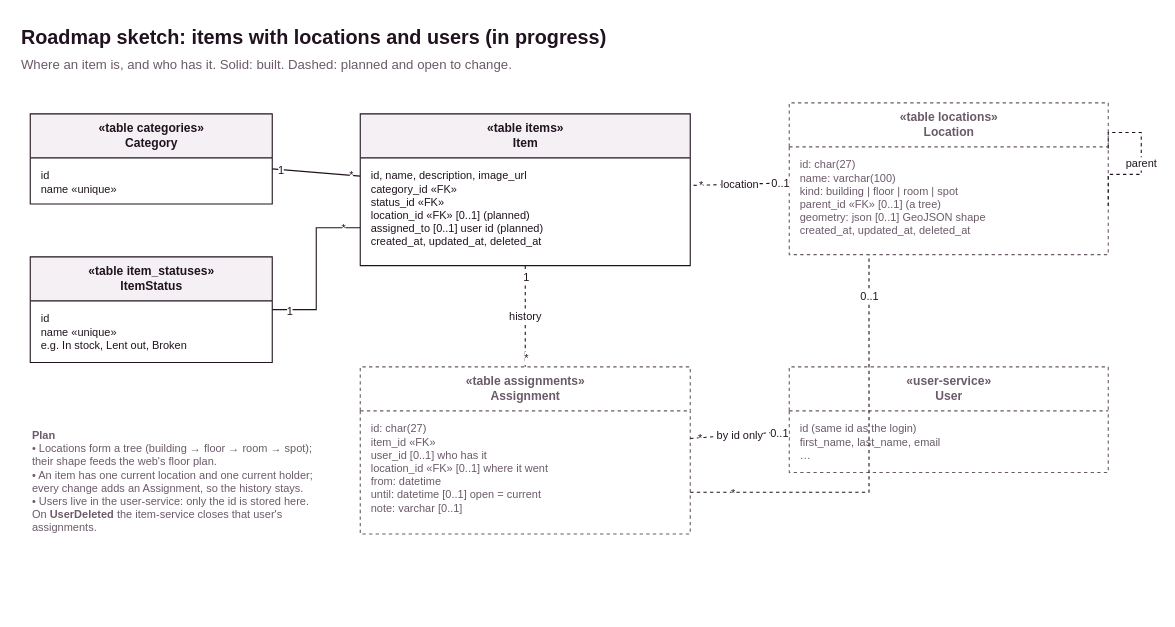
Earlier version of the draw.io diagram page "Roadmap sketch" (3 of 5) of services/item-service/docs/item-service.drawio (jochem11/inventory-manager). Source tidied: cells renumbered, new cells numbered last; positions are measured from the earlier drawing's top-left corner, leaving out a move shared by most shapes. Both pictures are drawn from the tidied source at 110%, with x=0, y=0 at pixel (19, 19).
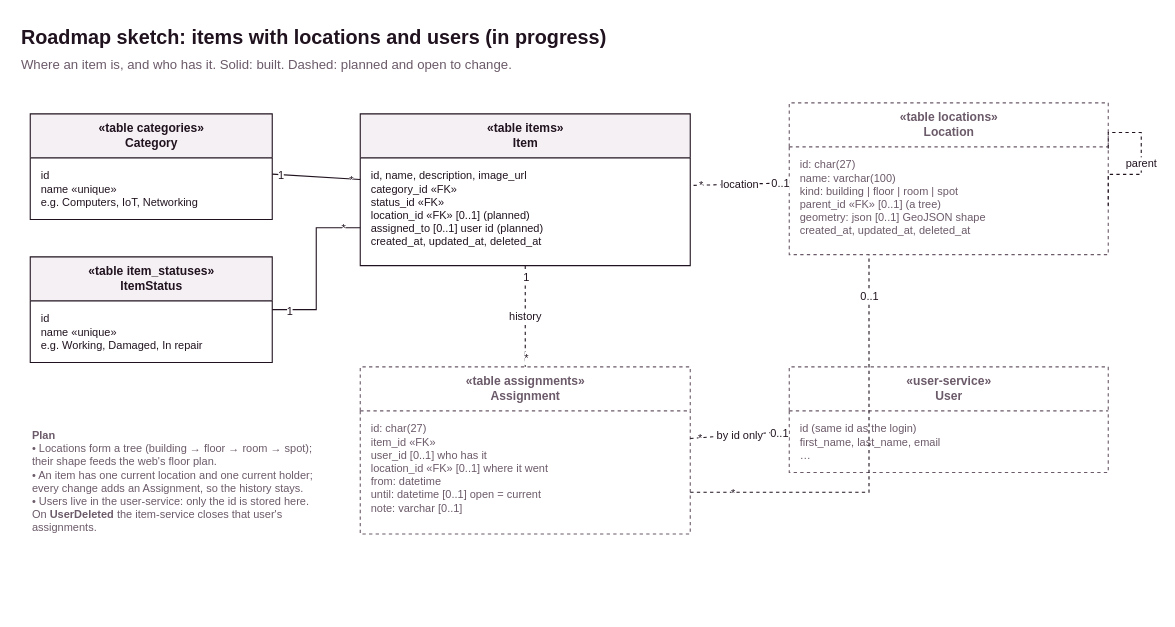
Above is the later version.

The change refers to these unchanged cells:
```xml
<mxCell id="3" value="«table item_statuses»&lt;br&gt;&lt;b&gt;ItemStatus&lt;/b&gt;" style="swimlane;html=1;startSize=40;fillColor=#f5f0f4;strokeColor=#20131f;fontSize=11;fontColor=#20131f;horizontal=1;swimlaneFillColor=#ffffff;fontFamily=Helvetica;" parent="1" vertex="1">
  <mxGeometry x="10" y="216" width="220" height="96" as="geometry" />
</mxCell>
```

Change to the diagram source:
```diff
@@
     <mxCell id="2" value="«table categories»&lt;br&gt;&lt;b&gt;Category&lt;/b&gt;" style="swimlane;html=1;startSize=40;fillColor=#f5f0f4;strokeColor=#20131f;fontSize=11;fontColor=#20131f;horizontal=1;swimlaneFillColor=#ffffff;fontFamily=Helvetica;" parent="1" vertex="1">
-      <mxGeometry x="10" y="86" width="220" height="82" as="geometry" />
+      <mxGeometry x="10" y="86" width="220" height="96" as="geometry" />
     </mxCell>
@@
-    <mxCell id="8" value="id&lt;br&gt;name  «unique»" style="text;html=1;align=left;verticalAlign=top;spacingLeft=8;spacingTop=4;fontSize=10;fontColor=#20131f;whiteSpace=wrap;fontFamily=Helvetica;" parent="2" vertex="1">
-      <mxGeometry y="40" width="220" height="42" as="geometry" />
+    <mxCell id="8" value="id&lt;br&gt;name  «unique»&lt;br&gt;e.g. Computers, IoT, Networking" style="text;html=1;align=left;verticalAlign=top;spacingLeft=8;spacingTop=4;fontSize=10;fontColor=#20131f;whiteSpace=wrap;fontFamily=Helvetica;" parent="2" vertex="1">
+      <mxGeometry y="40" width="220" height="56" as="geometry" />
     </mxCell>
-    <mxCell id="9" value="id&lt;br&gt;name  «unique»&lt;br&gt;e.g. In stock, Lent out, Broken" style="text;html=1;align=left;verticalAlign=top;spacingLeft=8;spacingTop=4;fontSize=10;fontColor=#20131f;whiteSpace=wrap;fontFamily=Helvetica;" parent="3" vertex="1">
+    <mxCell id="9" value="id&lt;br&gt;name  «unique»&lt;br&gt;e.g. Working, Damaged, In repair" style="text;html=1;align=left;verticalAlign=top;spacingLeft=8;spacingTop=4;fontSize=10;fontColor=#20131f;whiteSpace=wrap;fontFamily=Helvetica;" parent="3" vertex="1">
       <mxGeometry y="40" width="220" height="56" as="geometry" />
     </mxCell>
```
